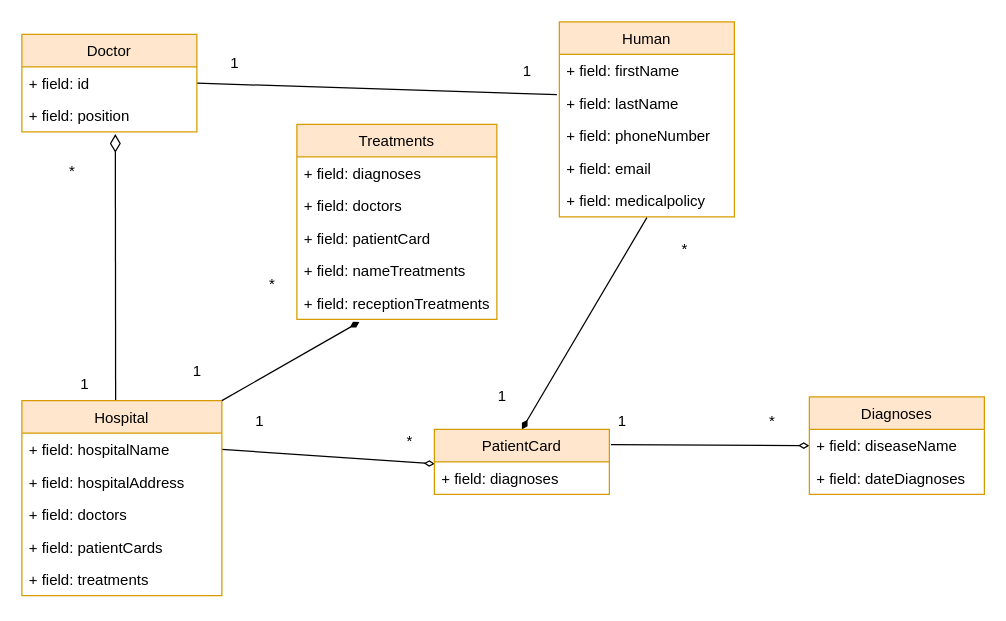
Before: oodb/Hospital.drawio in VikaYakunina/lemongatorade, a draw.io diagram. Source tidied: cells renumbered, new cells numbered last; positions are measured from the earlier drawing's top-left corner, leaving out a move shared by most shapes. Both pictures are drawn from the tidied source at 125%, with x=0, y=0 at pixel (21, 21).
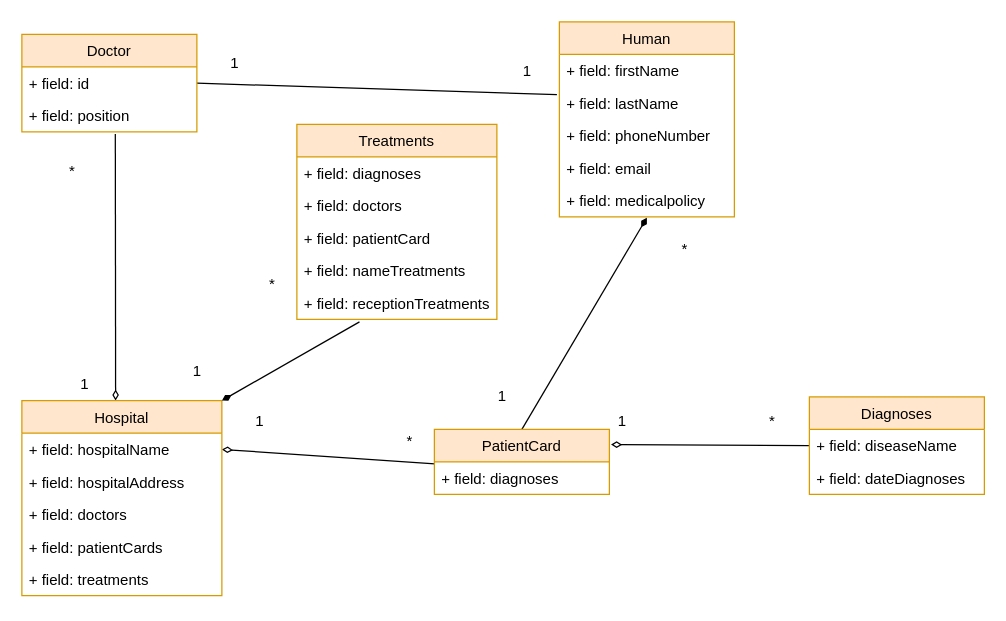
The same page after the edit.

The change refers to these unchanged cells:
```xml
<mxCell id="10" value="Hospital" style="swimlane;fontStyle=0;horizontal=1;startSize=26;fillColor=#ffe6cc;strokeColor=#d79b00;" parent="1" vertex="1">
  <mxGeometry y="303" width="160" height="156" as="geometry" />
</mxCell>
<mxCell id="11" value="+ field: hospitalName" style="text;strokeColor=none;fillColor=none;align=left;verticalAlign=top;spacingLeft=4;spacingRight=4;overflow=hidden;points=[[0,0.5],[1,0.5]];portConstraint=eastwest;" parent="10" vertex="1">
  <mxGeometry y="26" width="160" height="26" as="geometry" />
</mxCell>
<mxCell id="24" value="+ field: medicalpolicy" style="text;strokeColor=none;fillColor=none;align=left;verticalAlign=top;spacingLeft=4;spacingRight=4;overflow=hidden;points=[[0,0.5],[1,0.5]];portConstraint=eastwest;" parent="19" vertex="1">
  <mxGeometry y="130" width="140" height="26" as="geometry" />
</mxCell>
<mxCell id="36" value="+ field: receptionTreatments" style="text;strokeColor=none;fillColor=none;align=left;verticalAlign=top;spacingLeft=4;spacingRight=4;overflow=hidden;points=[[0,0.5],[1,0.5]];portConstraint=eastwest;" parent="31" vertex="1">
  <mxGeometry y="130" width="160" height="26" as="geometry" />
</mxCell>
<mxCell id="38" value="PatientCard" style="swimlane;fontStyle=0;horizontal=1;startSize=26;fillColor=#ffe6cc;strokeColor=#d79b00;" parent="1" vertex="1">
  <mxGeometry x="330" y="326" width="140" height="52" as="geometry" />
</mxCell>
<mxCell id="39" value="+ field: diagnoses" style="text;strokeColor=none;fillColor=none;align=left;verticalAlign=top;spacingLeft=4;spacingRight=4;overflow=hidden;points=[[0,0.5],[1,0.5]];portConstraint=eastwest;" parent="38" vertex="1">
  <mxGeometry y="26" width="140" height="26" as="geometry" />
</mxCell>
<mxCell id="42" value="+ field: position" style="text;strokeColor=none;fillColor=none;align=left;verticalAlign=top;spacingLeft=4;spacingRight=4;overflow=hidden;points=[[0,0.5],[1,0.5]];portConstraint=eastwest;" parent="40" vertex="1">
  <mxGeometry y="52" width="140" height="26" as="geometry" />
</mxCell>
<mxCell id="44" value="+ field: diseaseName" style="text;strokeColor=none;fillColor=none;align=left;verticalAlign=top;spacingLeft=4;spacingRight=4;overflow=hidden;points=[[0,0.5],[1,0.5]];portConstraint=eastwest;" parent="43" vertex="1">
  <mxGeometry y="26" width="140" height="26" as="geometry" />
</mxCell>
```

The edit, as a diff of the source:
```diff
@@
-    <mxCell id="2" style="endArrow=diamondThin;endFill=0;endSize=12;html=1;entryX=0.534;entryY=1.069;entryDx=0;entryDy=0;entryPerimeter=0;" parent="1" edge="1" target="42">
+    <mxCell id="2" style="endArrow=none;endFill=0;endSize=12;html=1;entryX=0.534;entryY=1.069;entryDx=0;entryDy=0;entryPerimeter=0;startArrow=diamondThin;startFill=0;" parent="1" edge="1" target="42">
       <mxGeometry relative="1" as="geometry">
         <mxPoint x="75" y="303" as="sourcePoint" />
       </mxGeometry>
     </mxCell>
@@
-    <mxCell id="5" style="endArrow=diamondThin;html=1;entryX=0.003;entryY=0.062;entryDx=0;entryDy=0;entryPerimeter=0;exitX=1;exitY=0.5;exitDx=0;exitDy=0;endFill=0;" parent="1" edge="1" source="11" target="39">
+    <mxCell id="5" style="endArrow=none;html=1;entryX=0.003;entryY=0.062;entryDx=0;entryDy=0;entryPerimeter=0;exitX=1;exitY=0.5;exitDx=0;exitDy=0;endFill=0;startArrow=diamondThin;startFill=0;" parent="1" edge="1" source="11" target="39">
       <mxGeometry relative="1" as="geometry" />
     </mxCell>
@@
-    <mxCell id="16" style="endArrow=diamondThin;html=1;entryX=0;entryY=0.5;entryDx=0;entryDy=0;exitX=1.009;exitY=-0.146;exitDx=0;exitDy=0;exitPerimeter=0;endFill=0;" parent="1" edge="1" target="44">
+    <mxCell id="16" style="endArrow=none;html=1;entryX=0;entryY=0.5;entryDx=0;entryDy=0;exitX=1.009;exitY=-0.146;exitDx=0;exitDy=0;exitPerimeter=0;endFill=0;startArrow=diamondThin;startFill=0;" parent="1" edge="1" target="44">
       <mxGeometry relative="1" as="geometry">
         <mxPoint x="471.3" y="338.2" as="sourcePoint" />
       </mxGeometry>
     </mxCell>
@@
-    <mxCell id="28" style="endArrow=none;html=1;entryX=0.5;entryY=1.023;entryDx=0;entryDy=0;entryPerimeter=0;exitX=0.5;exitY=0;exitDx=0;exitDy=0;endFill=0;startArrow=diamondThin;startFill=1;" parent="1" edge="1" source="38" target="24">
+    <mxCell id="28" style="endArrow=diamondThin;html=1;entryX=0.5;entryY=1.023;entryDx=0;entryDy=0;entryPerimeter=0;exitX=0.5;exitY=0;exitDx=0;exitDy=0;endFill=1;startArrow=none;startFill=0;" parent="1" edge="1" source="38" target="24">
       <mxGeometry relative="1" as="geometry" />
     </mxCell>
@@
-    <mxCell id="37" style="endArrow=diamondThin;html=1;entryX=0.313;entryY=1.077;entryDx=0;entryDy=0;entryPerimeter=0;exitX=1;exitY=0;exitDx=0;exitDy=0;endFill=1;" parent="1" edge="1" source="10" target="36">
+    <mxCell id="37" style="endArrow=none;html=1;entryX=0.313;entryY=1.077;entryDx=0;entryDy=0;entryPerimeter=0;exitX=1;exitY=0;exitDx=0;exitDy=0;endFill=0;startArrow=diamondThin;startFill=1;" parent="1" edge="1" source="10" target="36">
       <mxGeometry relative="1" as="geometry" />
     </mxCell>
```
